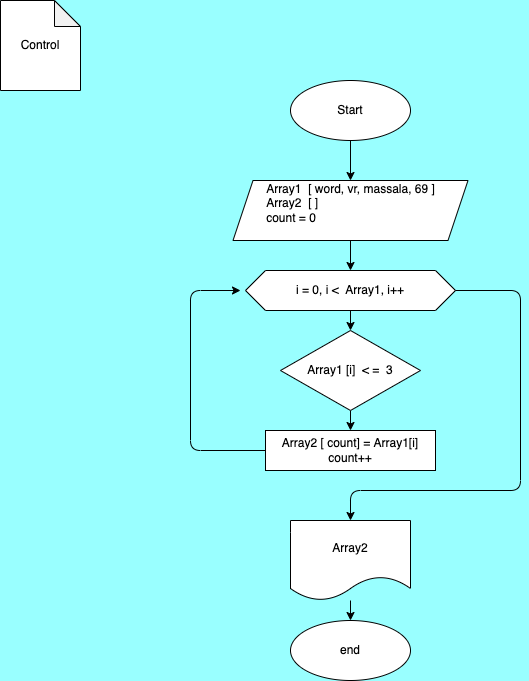
The draw.io diagram ex001.drawio.png in YuriyVladimirovich1/Control-work, before a commit. Source tidied: cells renumbered, new cells last; positions are measured from the earlier drawing's top-left corner, leaving out a move shared by most shapes.
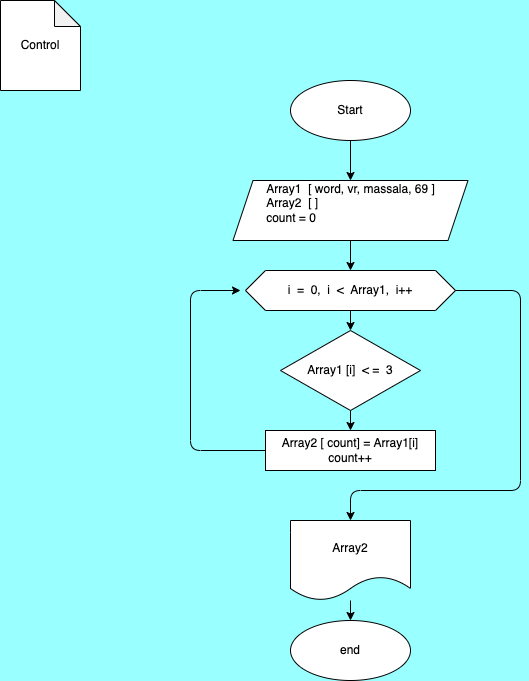
Above is the later version.

Commit message:
Corrected the handicap cycle

Diff of the diagram source:
```diff
@@ -14,7 +14,7 @@
     <mxCell id="5" style="edgeStyle=none;html=1;strokeColor=#000000;" parent="1" edge="1" source="6" target="17">
       <mxGeometry relative="1" as="geometry" />
     </mxCell>
-    <mxCell id="6" value="i = 0, i &amp;lt;&amp;nbsp; Array1, i++" style="shape=hexagon;perimeter=hexagonPerimeter2;whiteSpace=wrap;html=1;fixedSize=1;labelBackgroundColor=#FFFFFF;fontColor=#000000;fillColor=#FFFFFF;strokeColor=#000000;" parent="1" vertex="1">
+    <mxCell id="6" value="i&amp;nbsp; =&amp;nbsp; 0,&amp;nbsp; i&amp;nbsp; &amp;lt;&amp;nbsp; Array1,&amp;nbsp; i++" style="shape=hexagon;perimeter=hexagonPerimeter2;whiteSpace=wrap;html=1;fixedSize=1;labelBackgroundColor=#FFFFFF;fontColor=#000000;fillColor=#FFFFFF;strokeColor=#000000;" parent="1" vertex="1">
       <mxGeometry x="245" y="270" width="210" height="40" as="geometry" />
     </mxCell>
     <mxCell id="7" style="edgeStyle=none;html=1;fontColor=#000000;strokeColor=#000000;" parent="1" edge="1" source="8" target="14">
```
